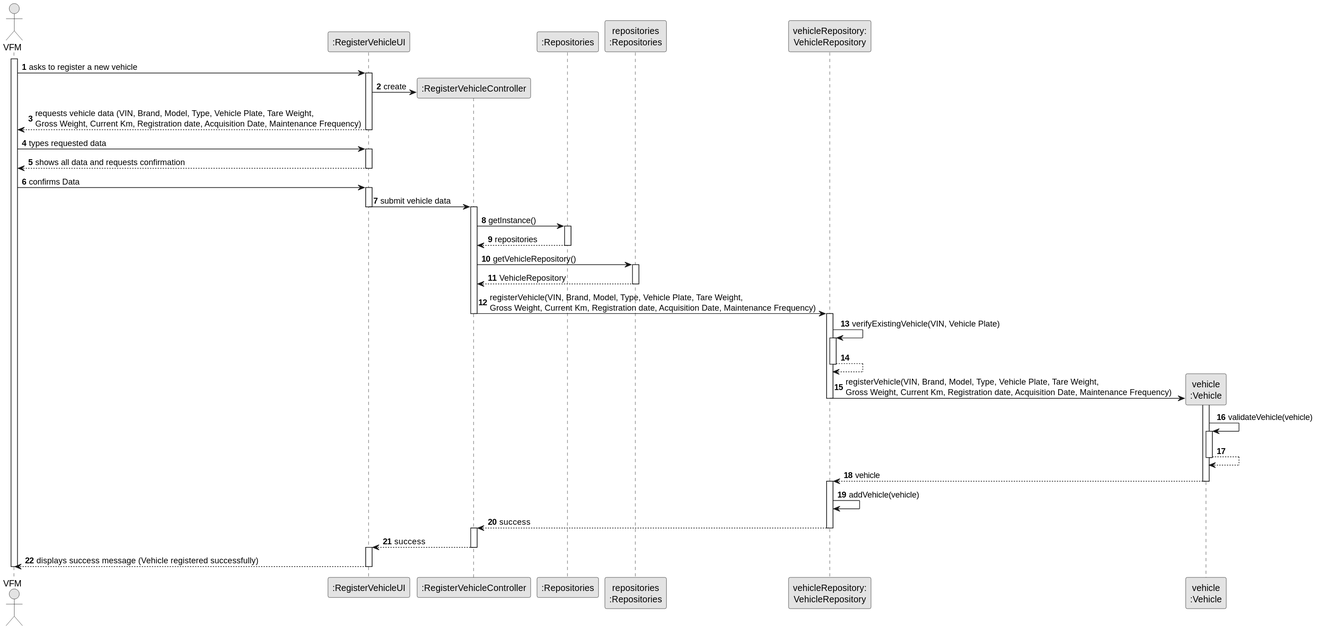
Before: docs/sprintC/us006/03.design/svg/us006-sequence-diagram-full.svg, a diagram exported from PlantUML (ricardomm7/leaflink).
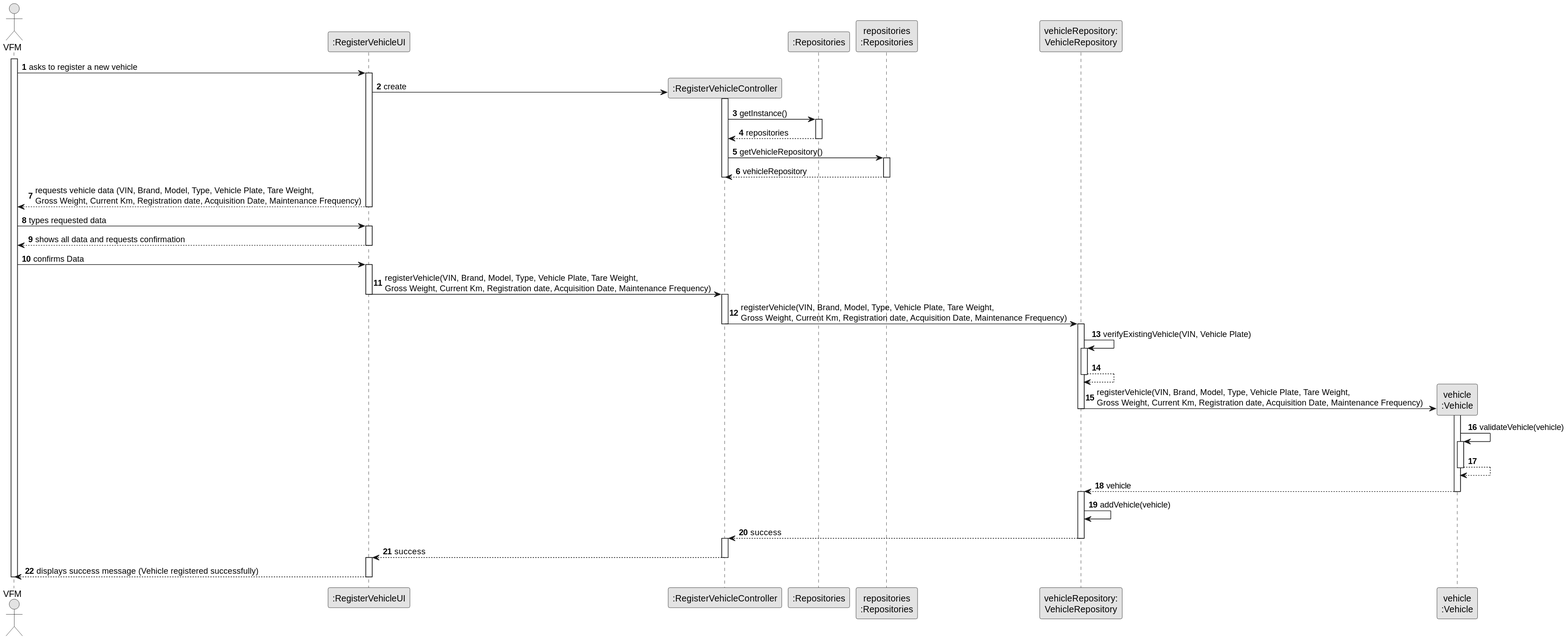
Above is the later version.

What changed in the source:
```diff
@@ -20,6 +20,21 @@
     activate UI
 
         UI -> CTRL** : create
+        activate CTRL
+
+            CTRL -> RepositorySingleton: getInstance()
+            activate RepositorySingleton
+
+            RepositorySingleton --> CTRL: repositories
+            deactivate RepositorySingleton
+
+            CTRL -> PLAT: getVehicleRepository()
+            activate PLAT
+
+            PLAT --> CTRL: vehicleRepository
+            deactivate PLAT
+
+        deactivate CTRL
 
         UI --> VFM : requests vehicle data (VIN, Brand, Model, Type, Vehicle Plate, Tare Weight, \nGross Weight, Current Km, Registration date, Acquisition Date, Maintenance Frequency)
         deactivate UI
@@ -33,21 +48,11 @@
     VFM -> UI: confirms Data
     activate UI
 
-        UI -> CTRL : submit vehicle data
+        UI -> CTRL : registerVehicle(VIN, Brand, Model, Type, Vehicle Plate, Tare Weight, \nGross Weight, Current Km, Registration date, Acquisition Date, Maintenance Frequency)
         deactivate UI
         activate CTRL
 
-            CTRL -> RepositorySingleton: getInstance()
-            activate RepositorySingleton
 
-            RepositorySingleton --> CTRL: repositories
-            deactivate RepositorySingleton
-
-            CTRL -> PLAT: getVehicleRepository()
-            activate PLAT
-
-            PLAT --> CTRL: VehicleRepository
-            deactivate PLAT
 
         CTRL -> VehicleRepository : registerVehicle(VIN, Brand, Model, Type, Vehicle Plate, Tare Weight, \nGross Weight, Current Km, Registration date, Acquisition Date, Maintenance Frequency)
         deactivate CTRL
```
